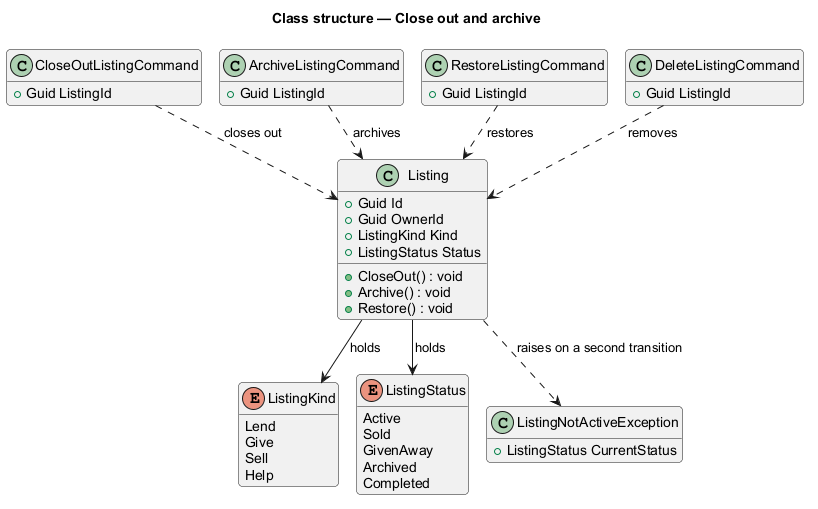
Above: docs/detailed-designs/listings/close-out-and-archive/diagrams/class-structure.png in QuinntyneBrown/Barnabas (PlantUML), before the change. The source it was exported from:
```plantuml
@startuml
!pragma layout smetana
title Class structure — Close out and archive
skinparam backgroundColor #FFFFFF
skinparam shadowing false
skinparam roundcorner 8
skinparam defaultFontName Arial
hide empty members

class Listing {
  +Guid Id
  +Guid OwnerId
  +ListingKind Kind
  +ListingStatus Status
  +CloseOut() : void
  +Archive() : void
  +Restore() : void
}
enum ListingKind {
  Lend
  Give
  Sell
  Help
}
enum ListingStatus {
  Active
  Sold
  GivenAway
  Archived
  Completed
}
class CloseOutListingCommand {
  +Guid ListingId
}
class ArchiveListingCommand {
  +Guid ListingId
}
class RestoreListingCommand {
  +Guid ListingId
}
class DeleteListingCommand {
  +Guid ListingId
}
class ListingNotActiveException {
  +ListingStatus CurrentStatus
}

CloseOutListingCommand ..> Listing : closes out
ArchiveListingCommand ..> Listing : archives
RestoreListingCommand ..> Listing : restores
DeleteListingCommand ..> Listing : removes
Listing --> ListingKind : holds
Listing --> ListingStatus : holds
Listing ..> ListingNotActiveException : raises on a second transition
@enduml
```
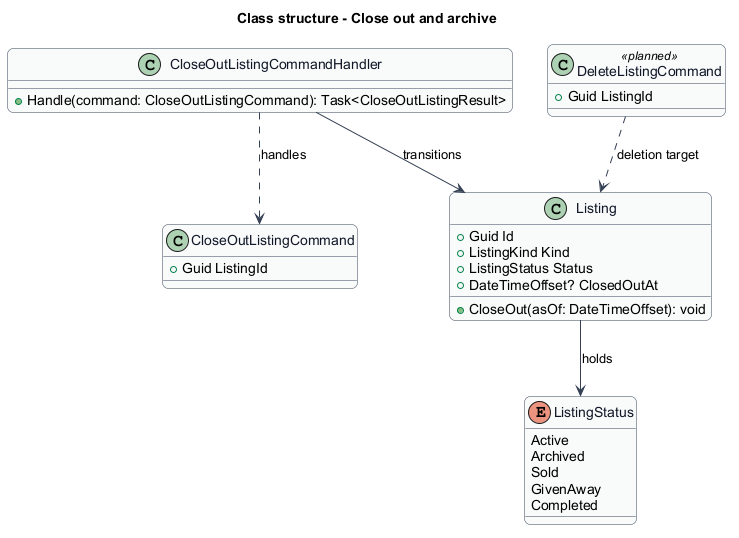
After the commit.

What changed in the source:
```diff
@@ -1,55 +1,49 @@
 @startuml
-!pragma layout smetana
-title Class structure — Close out and archive
 skinparam backgroundColor #FFFFFF
 skinparam shadowing false
-skinparam roundcorner 8
+skinparam roundcorner 12
 skinparam defaultFontName Arial
-hide empty members
-
+skinparam ArrowColor #344054
+skinparam rectangle {
+  BorderColor #344054
+  FontColor #101828
+}
+skinparam package {
+  BorderColor #667085
+  FontColor #101828
+  BackgroundColor #F9FAFB
+}
+skinparam class {
+  BorderColor #344054
+  FontColor #101828
+  BackgroundColor #F9FAFB
+}
+title Class structure - Close out and archive
 class Listing {
   +Guid Id
-  +Guid OwnerId
   +ListingKind Kind
   +ListingStatus Status
-  +CloseOut() : void
-  +Archive() : void
-  +Restore() : void
-}
-enum ListingKind {
-  Lend
-  Give
-  Sell
-  Help
+  +DateTimeOffset? ClosedOutAt
+  +CloseOut(asOf: DateTimeOffset): void
 }
 enum ListingStatus {
   Active
+  Archived
   Sold
   GivenAway
-  Archived
   Completed
 }
 class CloseOutListingCommand {
   +Guid ListingId
 }
-class ArchiveListingCommand {
+class CloseOutListingCommandHandler {
+  +Handle(command: CloseOutListingCommand): Task<CloseOutListingResult>
+}
+class DeleteListingCommand <<planned>> {
   +Guid ListingId
 }
-class RestoreListingCommand {
-  +Guid ListingId
-}
-class DeleteListingCommand {
-  +Guid ListingId
-}
-class ListingNotActiveException {
-  +ListingStatus CurrentStatus
-}
-
-CloseOutListingCommand ..> Listing : closes out
-ArchiveListingCommand ..> Listing : archives
-RestoreListingCommand ..> Listing : restores
-DeleteListingCommand ..> Listing : removes
-Listing --> ListingKind : holds
 Listing --> ListingStatus : holds
-Listing ..> ListingNotActiveException : raises on a second transition
+CloseOutListingCommandHandler ..> CloseOutListingCommand : handles
+CloseOutListingCommandHandler --> Listing : transitions
+DeleteListingCommand ..> Listing : deletion target
 @enduml
```
